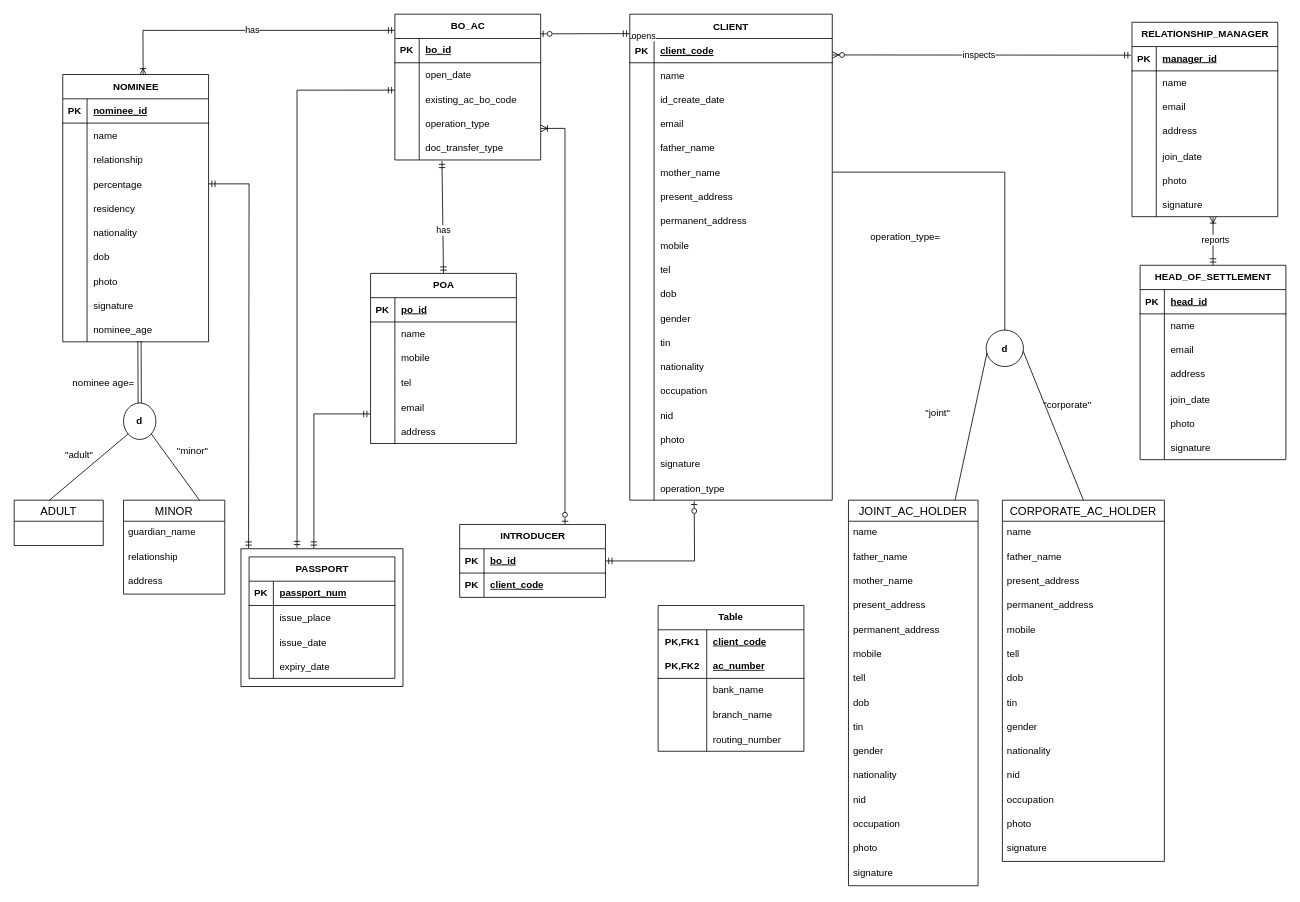
Above: report/ERD.drawio in MohaiminAlif/LankabanglaUniProject (draw.io), before the change. Source tidied: cells renumbered, new cells numbered last; positions are measured from the earlier drawing's top-left corner, leaving out a move shared by most shapes. Both pictures are drawn from the tidied source at 81%, with x=0, y=0 at pixel (14, 14).
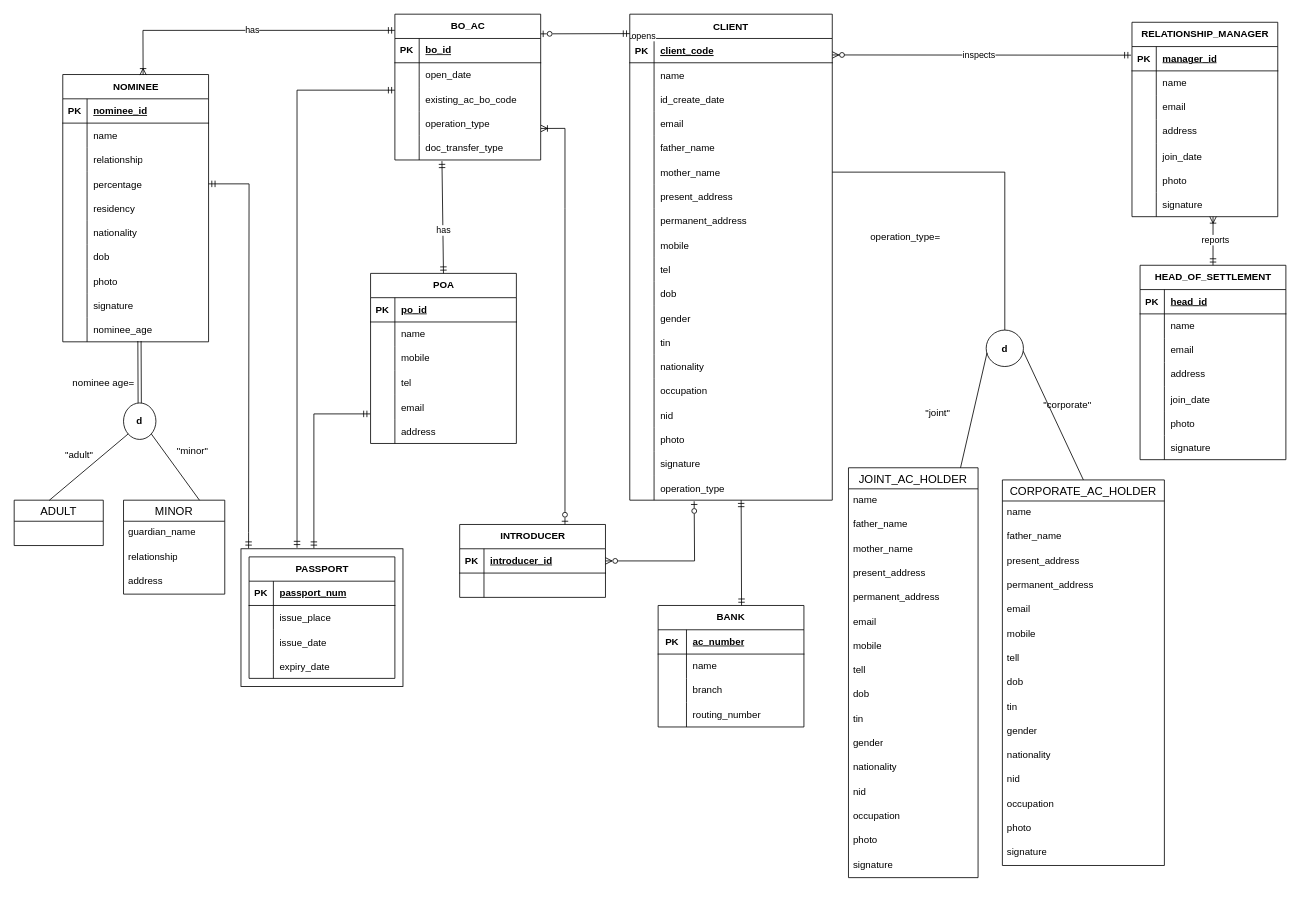
The same diagram, later.

Commit message (it also covers changes not shown here):
erd updated and relational schema done

Unchanged cells that the change refers to:
```xml
<mxCell id="59" style="shape=tableRow;horizontal=0;startSize=0;swimlaneHead=0;swimlaneBody=0;fillColor=none;points=[[0,0.5],[1,0.5]];portConstraint=eastwest;top=0;left=0;right=0;bottom=0;" parent="4" vertex="1">
  <mxGeometry y="570" width="250" height="30" as="geometry" />
</mxCell>
<mxCell id="247" style="shape=tableRow;horizontal=0;startSize=0;swimlaneHead=0;swimlaneBody=0;fillColor=none;points=[[0,0.5],[1,0.5]];portConstraint=eastwest;top=0;left=0;right=0;bottom=1;" parent="246" vertex="1">
  <mxGeometry y="30" width="180" height="30" as="geometry" />
</mxCell>
<mxCell id="250" style="shape=tableRow;horizontal=0;startSize=0;swimlaneHead=0;swimlaneBody=0;fillColor=none;top=0;left=0;right=0;bottom=0;" parent="246" vertex="1">
  <mxGeometry y="60" width="180" height="30" as="geometry" />
</mxCell>
```

What changed in the source:
```diff
@@
     <mxCell id="64" value="JOINT_AC_HOLDER" style="swimlane;fontStyle=0;horizontal=1;startSize=26;align=center;fontSize=14;" parent="1" vertex="1">
-      <mxGeometry x="1030" y="600" width="160" height="476" as="geometry" />
+      <mxGeometry x="1030" y="560" width="160" height="506" as="geometry" />
     </mxCell>
@@
+    <mxCell id="272" value="email" style="text;strokeColor=none;fillColor=none;spacingLeft=4;spacingRight=4;overflow=hidden;fontSize=12;whiteSpace=wrap;html=1;" parent="64" vertex="1">
+      <mxGeometry y="176" width="160" height="30" as="geometry" />
+    </mxCell>
     <mxCell id="70" value="mobile" style="text;strokeColor=none;fillColor=none;spacingLeft=4;spacingRight=4;overflow=hidden;fontSize=12;whiteSpace=wrap;html=1;" parent="64" vertex="1">
-      <mxGeometry y="176" width="160" height="30" as="geometry" />
+      <mxGeometry y="206" width="160" height="30" as="geometry" />
     </mxCell>
     <mxCell id="71" value="tell" style="text;strokeColor=none;fillColor=none;spacingLeft=4;spacingRight=4;overflow=hidden;fontSize=12;whiteSpace=wrap;html=1;" parent="64" vertex="1">
-      <mxGeometry y="206" width="160" height="30" as="geometry" />
+      <mxGeometry y="236" width="160" height="30" as="geometry" />
     </mxCell>
     <mxCell id="72" value="dob" style="text;strokeColor=none;fillColor=none;spacingLeft=4;spacingRight=4;overflow=hidden;fontSize=12;whiteSpace=wrap;html=1;" parent="64" vertex="1">
-      <mxGeometry y="236" width="160" height="30" as="geometry" />
+      <mxGeometry y="266" width="160" height="30" as="geometry" />
     </mxCell>
     <mxCell id="73" value="tin" style="text;strokeColor=none;fillColor=none;spacingLeft=4;spacingRight=4;overflow=hidden;fontSize=12;whiteSpace=wrap;html=1;" parent="64" vertex="1">
-      <mxGeometry y="266" width="160" height="30" as="geometry" />
+      <mxGeometry y="296" width="160" height="30" as="geometry" />
     </mxCell>
     <mxCell id="74" value="gender" style="text;strokeColor=none;fillColor=none;spacingLeft=4;spacingRight=4;overflow=hidden;fontSize=12;whiteSpace=wrap;html=1;" parent="64" vertex="1">
-      <mxGeometry y="296" width="160" height="30" as="geometry" />
+      <mxGeometry y="326" width="160" height="30" as="geometry" />
     </mxCell>
     <mxCell id="75" value="nationality" style="text;strokeColor=none;fillColor=none;spacingLeft=4;spacingRight=4;overflow=hidden;fontSize=12;whiteSpace=wrap;html=1;" parent="64" vertex="1">
-      <mxGeometry y="326" width="160" height="30" as="geometry" />
+      <mxGeometry y="356" width="160" height="30" as="geometry" />
     </mxCell>
     <mxCell id="76" value="nid" style="text;strokeColor=none;fillColor=none;spacingLeft=4;spacingRight=4;overflow=hidden;fontSize=12;whiteSpace=wrap;html=1;" parent="64" vertex="1">
-      <mxGeometry y="356" width="160" height="30" as="geometry" />
+      <mxGeometry y="386" width="160" height="30" as="geometry" />
     </mxCell>
     <mxCell id="77" value="occupation" style="text;strokeColor=none;fillColor=none;spacingLeft=4;spacingRight=4;overflow=hidden;fontSize=12;whiteSpace=wrap;html=1;" parent="64" vertex="1">
-      <mxGeometry y="386" width="160" height="30" as="geometry" />
+      <mxGeometry y="416" width="160" height="30" as="geometry" />
     </mxCell>
     <mxCell id="78" value="photo" style="text;strokeColor=none;fillColor=none;spacingLeft=4;spacingRight=4;overflow=hidden;fontSize=12;whiteSpace=wrap;html=1;" parent="64" vertex="1">
-      <mxGeometry y="416" width="160" height="30" as="geometry" />
+      <mxGeometry y="446" width="160" height="30" as="geometry" />
     </mxCell>
     <mxCell id="79" value="signature" style="text;strokeColor=none;fillColor=none;spacingLeft=4;spacingRight=4;overflow=hidden;fontSize=12;whiteSpace=wrap;html=1;" parent="64" vertex="1">
-      <mxGeometry y="446" width="160" height="30" as="geometry" />
+      <mxGeometry y="476" width="160" height="30" as="geometry" />
     </mxCell>
@@
     <mxCell id="224" value="CORPORATE_AC_HOLDER" style="swimlane;fontStyle=0;horizontal=1;startSize=26;align=center;fontSize=14;" parent="1" vertex="1">
-      <mxGeometry x="1220" y="600" width="200" height="446" as="geometry" />
+      <mxGeometry x="1220" y="575" width="200" height="476" as="geometry" />
     </mxCell>
@@
+    <mxCell id="273" value="email" style="text;strokeColor=none;fillColor=none;spacingLeft=4;spacingRight=4;overflow=hidden;fontSize=12;whiteSpace=wrap;html=1;" parent="224" vertex="1">
+      <mxGeometry y="146" width="200" height="30" as="geometry" />
+    </mxCell>
     <mxCell id="229" value="mobile" style="text;strokeColor=none;fillColor=none;spacingLeft=4;spacingRight=4;overflow=hidden;fontSize=12;whiteSpace=wrap;html=1;" parent="224" vertex="1">
-      <mxGeometry y="146" width="200" height="30" as="geometry" />
+      <mxGeometry y="176" width="200" height="30" as="geometry" />
     </mxCell>
     <mxCell id="230" value="tell" style="text;strokeColor=none;fillColor=none;spacingLeft=4;spacingRight=4;overflow=hidden;fontSize=12;whiteSpace=wrap;html=1;" parent="224" vertex="1">
-      <mxGeometry y="176" width="200" height="30" as="geometry" />
+      <mxGeometry y="206" width="200" height="30" as="geometry" />
     </mxCell>
     <mxCell id="231" value="dob" style="text;strokeColor=none;fillColor=none;spacingLeft=4;spacingRight=4;overflow=hidden;fontSize=12;whiteSpace=wrap;html=1;" parent="224" vertex="1">
-      <mxGeometry y="206" width="200" height="30" as="geometry" />
+      <mxGeometry y="236" width="200" height="30" as="geometry" />
     </mxCell>
     <mxCell id="232" value="tin" style="text;strokeColor=none;fillColor=none;spacingLeft=4;spacingRight=4;overflow=hidden;fontSize=12;whiteSpace=wrap;html=1;" parent="224" vertex="1">
-      <mxGeometry y="236" width="200" height="30" as="geometry" />
+      <mxGeometry y="266" width="200" height="30" as="geometry" />
     </mxCell>
     <mxCell id="233" value="gender" style="text;strokeColor=none;fillColor=none;spacingLeft=4;spacingRight=4;overflow=hidden;fontSize=12;whiteSpace=wrap;html=1;" parent="224" vertex="1">
-      <mxGeometry y="266" width="200" height="30" as="geometry" />
+      <mxGeometry y="296" width="200" height="30" as="geometry" />
     </mxCell>
     <mxCell id="234" value="nationality" style="text;strokeColor=none;fillColor=none;spacingLeft=4;spacingRight=4;overflow=hidden;fontSize=12;whiteSpace=wrap;html=1;" parent="224" vertex="1">
-      <mxGeometry y="296" width="200" height="30" as="geometry" />
+      <mxGeometry y="326" width="200" height="30" as="geometry" />
     </mxCell>
     <mxCell id="235" value="nid" style="text;strokeColor=none;fillColor=none;spacingLeft=4;spacingRight=4;overflow=hidden;fontSize=12;whiteSpace=wrap;html=1;" parent="224" vertex="1">
-      <mxGeometry y="326" width="200" height="30" as="geometry" />
+      <mxGeometry y="356" width="200" height="30" as="geometry" />
     </mxCell>
     <mxCell id="236" value="occupation" style="text;strokeColor=none;fillColor=none;spacingLeft=4;spacingRight=4;overflow=hidden;fontSize=12;whiteSpace=wrap;html=1;" parent="224" vertex="1">
-      <mxGeometry y="356" width="200" height="30" as="geometry" />
+      <mxGeometry y="386" width="200" height="30" as="geometry" />
     </mxCell>
     <mxCell id="237" value="photo" style="text;strokeColor=none;fillColor=none;spacingLeft=4;spacingRight=4;overflow=hidden;fontSize=12;whiteSpace=wrap;html=1;" parent="224" vertex="1">
-      <mxGeometry y="386" width="200" height="30" as="geometry" />
+      <mxGeometry y="416" width="200" height="30" as="geometry" />
     </mxCell>
     <mxCell id="238" value="signature" style="text;strokeColor=none;fillColor=none;spacingLeft=4;spacingRight=4;overflow=hidden;fontSize=12;whiteSpace=wrap;html=1;" parent="224" vertex="1">
-      <mxGeometry y="416" width="200" height="30" as="geometry" />
+      <mxGeometry y="446" width="200" height="30" as="geometry" />
     </mxCell>
@@
-    <mxCell id="249" value="bo_id" style="shape=partialRectangle;fillColor=none;top=0;left=0;bottom=0;right=0;align=left;spacingLeft=6;fontStyle=5;overflow=hidden;whiteSpace=wrap;html=1;" parent="247" vertex="1">
+    <mxCell id="249" value="introducer_id" style="shape=partialRectangle;fillColor=none;top=0;left=0;bottom=0;right=0;align=left;spacingLeft=6;fontStyle=5;overflow=hidden;whiteSpace=wrap;html=1;" parent="247" vertex="1">
       <mxGeometry x="30" width="150" height="30" as="geometry" />
     </mxCell>
@@
-    <mxCell id="251" value="&lt;b&gt;PK&lt;/b&gt;" style="shape=partialRectangle;fillColor=none;top=0;left=0;bottom=0;right=0;overflow=hidden;whiteSpace=wrap;html=1;" parent="250" vertex="1">
+    <mxCell id="251" style="shape=partialRectangle;fillColor=none;top=0;left=0;bottom=0;right=0;overflow=hidden;whiteSpace=wrap;html=1;" parent="250" vertex="1">
       <mxGeometry width="30" height="30" as="geometry" />
     </mxCell>
-    <mxCell id="252" value="&lt;b&gt;&lt;u&gt;client_code&lt;/u&gt;&lt;/b&gt;" style="shape=partialRectangle;fillColor=none;top=0;left=0;bottom=0;right=0;align=left;spacingLeft=6;overflow=hidden;whiteSpace=wrap;html=1;" parent="250" vertex="1">
+    <mxCell id="252" style="shape=partialRectangle;fillColor=none;top=0;left=0;bottom=0;right=0;align=left;spacingLeft=6;overflow=hidden;whiteSpace=wrap;html=1;" parent="250" vertex="1">
       <mxGeometry x="30" width="150" height="30" as="geometry" />
     </mxCell>
-    <mxCell id="253" value="Table" style="shape=table;startSize=30;childLayout=tableLayout;rowLines=0;fontStyle=1;align=center;html=1;whiteSpace=wrap;" parent="1" vertex="1">
-      <mxGeometry x="795" y="730" width="180" height="180" as="geometry" />
+    <mxCell id="253" value="BANK" style="shape=table;startSize=30;childLayout=tableLayout;rowLines=0;fontStyle=1;align=center;html=1;whiteSpace=wrap;" parent="1" vertex="1">
+      <mxGeometry x="795" y="730" width="180" height="150" as="geometry" />
     </mxCell>
-    <mxCell id="254" style="shape=tableRow;horizontal=0;startSize=0;swimlaneHead=0;swimlaneBody=0;fillColor=none;top=0;left=0;right=0;bottom=0;html=1;" parent="253" vertex="1">
-      <mxGeometry y="30" width="180" height="30" as="geometry" />
-    </mxCell>
-    <mxCell id="255" value="PK,FK1" style="shape=partialRectangle;fillColor=none;top=0;left=0;bottom=0;right=0;fontStyle=1;overflow=hidden;html=1;whiteSpace=wrap;" parent="254" vertex="1">
-      <mxGeometry width="60" height="30" as="geometry" />
-    </mxCell>
-    <mxCell id="256" value="client_code" style="shape=partialRectangle;fillColor=none;top=0;left=0;bottom=0;right=0;align=left;spacingLeft=6;fontStyle=5;overflow=hidden;html=1;whiteSpace=wrap;" parent="254" vertex="1">
-      <mxGeometry x="60" width="120" height="30" as="geometry" />
-    </mxCell>
     <mxCell id="257" style="shape=tableRow;horizontal=0;startSize=0;swimlaneHead=0;swimlaneBody=0;fillColor=none;top=0;left=0;right=0;bottom=1;html=1;" parent="253" vertex="1">
-      <mxGeometry y="60" width="180" height="30" as="geometry" />
+      <mxGeometry y="30" width="180" height="30" as="geometry" />
     </mxCell>
-    <mxCell id="258" value="PK,FK2" style="shape=partialRectangle;fillColor=none;top=0;left=0;bottom=0;right=0;fontStyle=1;overflow=hidden;html=1;whiteSpace=wrap;" parent="257" vertex="1">
-      <mxGeometry width="60" height="30" as="geometry" />
+    <mxCell id="258" value="PK" style="shape=partialRectangle;fillColor=none;top=0;left=0;bottom=0;right=0;fontStyle=1;overflow=hidden;html=1;whiteSpace=wrap;" parent="257" vertex="1">
+      <mxGeometry width="35" height="30" as="geometry" />
     </mxCell>
     <mxCell id="259" value="ac_number" style="shape=partialRectangle;fillColor=none;top=0;left=0;bottom=0;right=0;align=left;spacingLeft=6;fontStyle=5;overflow=hidden;html=1;whiteSpace=wrap;" parent="257" vertex="1">
-      <mxGeometry x="60" width="120" height="30" as="geometry" />
+      <mxGeometry x="35" width="145" height="30" as="geometry" />
     </mxCell>
     <mxCell id="260" style="shape=tableRow;horizontal=0;startSize=0;swimlaneHead=0;swimlaneBody=0;fillColor=none;top=0;left=0;right=0;bottom=0;html=1;" parent="253" vertex="1">
-      <mxGeometry y="90" width="180" height="30" as="geometry" />
+      <mxGeometry y="60" width="180" height="30" as="geometry" />
     </mxCell>
     <mxCell id="261" style="shape=partialRectangle;fillColor=none;top=0;left=0;bottom=0;right=0;overflow=hidden;html=1;whiteSpace=wrap;" parent="260" vertex="1">
-      <mxGeometry width="60" height="30" as="geometry" />
+      <mxGeometry width="35" height="30" as="geometry" />
     </mxCell>
-    <mxCell id="262" value="bank_name" style="shape=partialRectangle;fillColor=none;top=0;left=0;bottom=0;right=0;align=left;spacingLeft=6;overflow=hidden;html=1;whiteSpace=wrap;" parent="260" vertex="1">
-      <mxGeometry x="60" width="120" height="30" as="geometry" />
+    <mxCell id="262" value="name" style="shape=partialRectangle;fillColor=none;top=0;left=0;bottom=0;right=0;align=left;spacingLeft=6;overflow=hidden;html=1;whiteSpace=wrap;" parent="260" vertex="1">
+      <mxGeometry x="35" width="145" height="30" as="geometry" />
     </mxCell>
     <mxCell id="263" style="shape=tableRow;horizontal=0;startSize=0;swimlaneHead=0;swimlaneBody=0;fillColor=none;top=0;left=0;right=0;bottom=0;html=1;" parent="253" vertex="1">
-      <mxGeometry y="120" width="180" height="30" as="geometry" />
+      <mxGeometry y="90" width="180" height="30" as="geometry" />
     </mxCell>
     <mxCell id="264" style="shape=partialRectangle;fillColor=none;top=0;left=0;bottom=0;right=0;overflow=hidden;html=1;whiteSpace=wrap;" parent="263" vertex="1">
-      <mxGeometry width="60" height="30" as="geometry" />
+      <mxGeometry width="35" height="30" as="geometry" />
     </mxCell>
-    <mxCell id="265" value="branch_name" style="shape=partialRectangle;fillColor=none;top=0;left=0;bottom=0;right=0;align=left;spacingLeft=6;overflow=hidden;html=1;whiteSpace=wrap;" parent="263" vertex="1">
-      <mxGeometry x="60" width="120" height="30" as="geometry" />
+    <mxCell id="265" value="branch" style="shape=partialRectangle;fillColor=none;top=0;left=0;bottom=0;right=0;align=left;spacingLeft=6;overflow=hidden;html=1;whiteSpace=wrap;" parent="263" vertex="1">
+      <mxGeometry x="35" width="145" height="30" as="geometry" />
     </mxCell>
     <mxCell id="266" style="shape=tableRow;horizontal=0;startSize=0;swimlaneHead=0;swimlaneBody=0;fillColor=none;top=0;left=0;right=0;bottom=0;" parent="253" vertex="1">
-      <mxGeometry y="150" width="180" height="30" as="geometry" />
+      <mxGeometry y="120" width="180" height="30" as="geometry" />
     </mxCell>
     <mxCell id="267" style="shape=partialRectangle;fillColor=none;top=0;left=0;bottom=0;right=0;overflow=hidden;" parent="266" vertex="1">
-      <mxGeometry width="60" height="30" as="geometry" />
+      <mxGeometry width="35" height="30" as="geometry" />
     </mxCell>
     <mxCell id="268" value="routing_number" style="shape=partialRectangle;fillColor=none;top=0;left=0;bottom=0;right=0;align=left;spacingLeft=6;overflow=hidden;" parent="266" vertex="1">
-      <mxGeometry x="60" width="120" height="30" as="geometry" />
+      <mxGeometry x="35" width="145" height="30" as="geometry" />
     </mxCell>
@@
-    <mxCell id="271" style="fontSize=12;html=1;endArrow=ERzeroToOne;endFill=0;rounded=0;exitX=1;exitY=0.5;exitDx=0;exitDy=0;entryX=0.318;entryY=1.044;entryDx=0;entryDy=0;entryPerimeter=0;startArrow=ERmandOne;startFill=0;" parent="1" edge="1" source="247" target="59">
+    <mxCell id="271" style="fontSize=12;html=1;endArrow=ERzeroToOne;endFill=0;rounded=0;exitX=1;exitY=0.5;exitDx=0;exitDy=0;entryX=0.318;entryY=1.044;entryDx=0;entryDy=0;entryPerimeter=0;startArrow=ERzeroToMany;startFill=0;" parent="1" edge="1" source="247" target="59">
       <mxGeometry relative="1" as="geometry">
         <Array as="points">
           <mxPoint x="840" y="675" />
         </Array>
       </mxGeometry>
     </mxCell>
+    <mxCell id="274" style="fontSize=12;html=1;endArrow=ERmandOne;startArrow=ERmandOne;rounded=0;entryX=0.55;entryY=1;entryDx=0;entryDy=0;entryPerimeter=0;" parent="1" edge="1" target="59">
+      <mxGeometry relative="1" as="geometry">
+        <mxPoint x="898" y="730" as="sourcePoint" />
+      </mxGeometry>
+    </mxCell>
```
